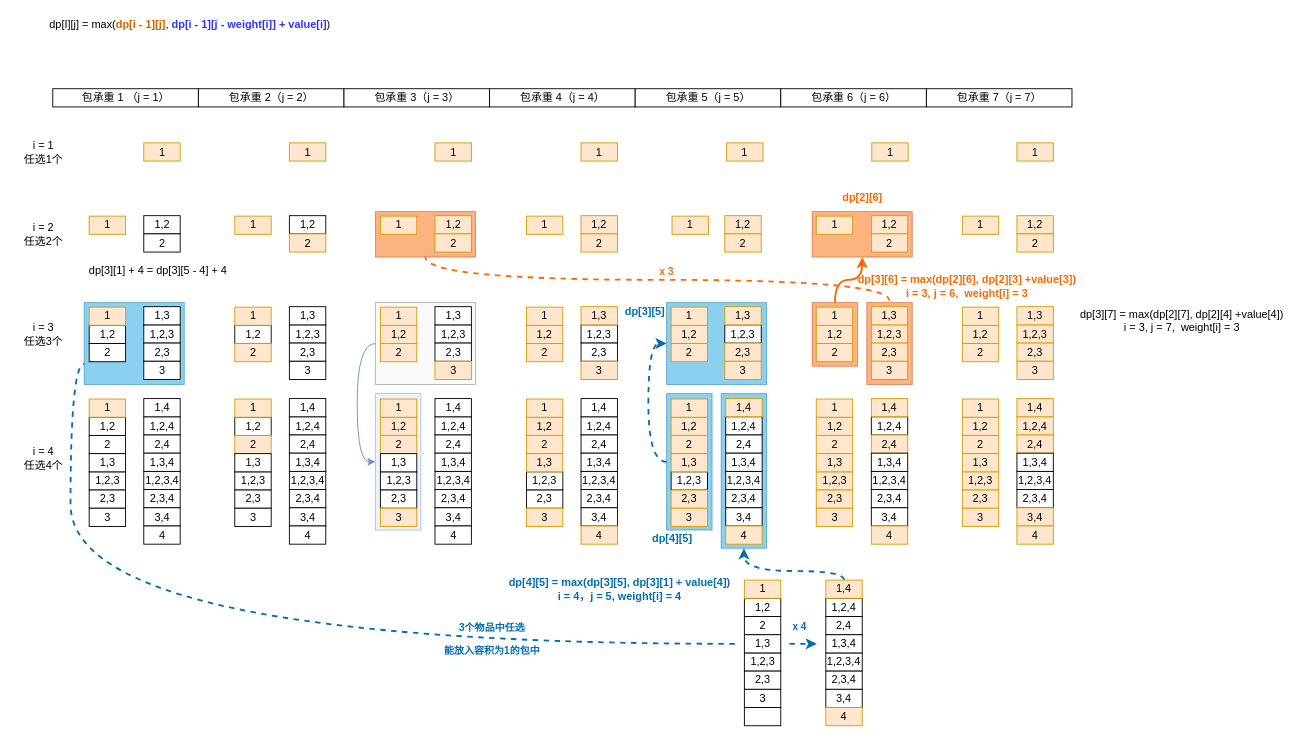
This is leetcode/backpack.drawio from rabbitcount/drawio, a draw.io file, before an edit. Source tidied: cells renumbered, new cells numbered last; positions are measured from the earlier drawing's top-left corner, leaving out a move shared by most shapes. Both pictures are drawn from the tidied source at 91%, with x=0, y=0 at pixel (15, 15).
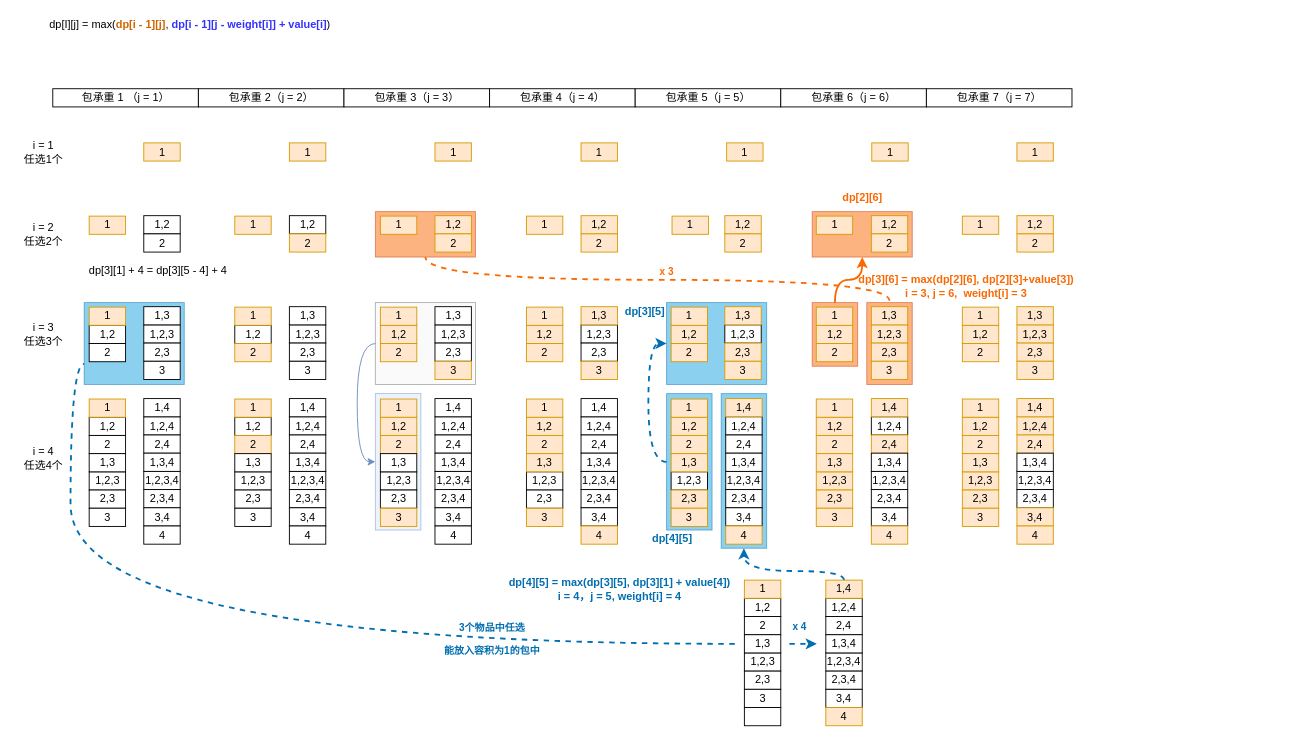
The same diagram, later.

Diff of the diagram source:
```diff
@@
-    <mxCell id="232" value="&lt;font&gt;dp[3][6] = max(&lt;/font&gt;&lt;span style=&quot;&quot;&gt;dp[2][6]&lt;/span&gt;&lt;font&gt;, dp[2][3] +&lt;/font&gt;&lt;span style=&quot;&quot;&gt;value[3]&lt;/span&gt;&lt;font&gt;)&lt;br&gt;&lt;/font&gt;&lt;span style=&quot;&quot;&gt;i = 3, j = 6,&amp;nbsp; weight[i] = 3&lt;/span&gt;&lt;font&gt;&lt;br&gt;&lt;/font&gt;" style="text;html=1;align=center;verticalAlign=middle;strokeColor=none;fillColor=none;fontColor=#FA6800;fontStyle=1;" parent="1" vertex="1">
-      <mxGeometry x="915" y="282" width="260" height="30" as="geometry" />
+    <mxCell id="232" value="&lt;font&gt;dp[3][6] = max(&lt;/font&gt;&lt;span&gt;dp[2][6]&lt;/span&gt;&lt;font&gt;, dp[2][3]+&lt;/font&gt;&lt;span&gt;value[3]&lt;/span&gt;&lt;font&gt;)&lt;br&gt;&lt;/font&gt;&lt;span&gt;i = 3, j = 6,&amp;nbsp; weight[i] = 3&lt;/span&gt;&lt;font&gt;&lt;br&gt;&lt;/font&gt;" style="text;html=1;align=center;verticalAlign=middle;strokeColor=none;fillColor=none;fontColor=#FA6800;fontStyle=1;" parent="1" vertex="1">
+      <mxGeometry x="919" y="282" width="250" height="30" as="geometry" />
     </mxCell>
@@
-    <mxCell id="238" value="&lt;font color=&quot;#000000&quot;&gt;dp[3][7] = max(&lt;/font&gt;&lt;span style=&quot;color: rgb(0 , 0 , 0)&quot;&gt;dp[2][7]&lt;/span&gt;&lt;font color=&quot;#000000&quot;&gt;, dp[2][4] +&lt;/font&gt;&lt;span style=&quot;color: rgb(0 , 0 , 0)&quot;&gt;value[4]&lt;/span&gt;&lt;font color=&quot;#000000&quot;&gt;)&lt;br&gt;&lt;/font&gt;&lt;span style=&quot;color: rgb(0 , 0 , 0)&quot;&gt;i = 3, j = 7,&amp;nbsp; weight[i] = 3&lt;/span&gt;&lt;font color=&quot;#000000&quot;&gt;&lt;br&gt;&lt;/font&gt;" style="text;html=1;align=center;verticalAlign=middle;strokeColor=none;fillColor=none;fontColor=#3333FF;" parent="1" vertex="1">
-      <mxGeometry x="1160.5" y="319.5" width="240" height="30" as="geometry" />
-    </mxCell>
```
